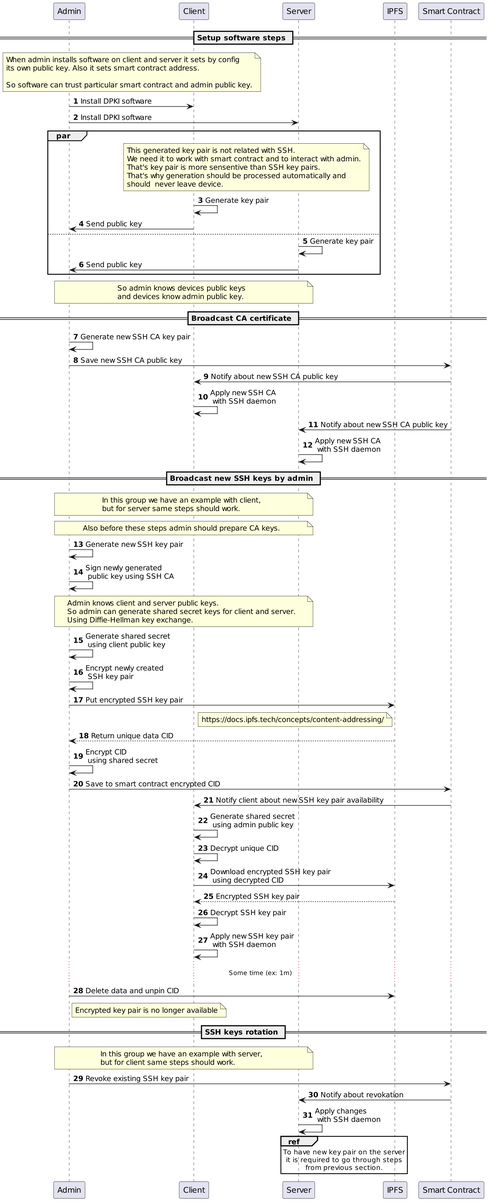
The PlantUML diagram docs/render/Flow.png in staex-io/dpki, before a commit. The source it was exported from:
```plantuml
@startuml Flow
skinparam dpi 175
autonumber

participant Admin as admin
participant Client as client
participant Server as server
participant IPFS as ipfs
participant "Smart Contract" as contract

== Setup software steps ==

note over admin,client
When admin installs software on client and server it sets by config
its own public key. Also it sets smart contract address.

So software can trust particular smart contract and admin public key.
end note
admin -> client: Install DPKI software
admin -> server: Install DPKI software

par
  note over client,server
  This generated key pair is not related with SSH.
  We need it to work with smart contract and to interact with admin.
  That's key pair is more sensentive than SSH key pairs.
  That's why generation should be processed automatically and
  should  never leave device.
  end note
  client -> client: Generate key pair
  client -> admin: Send public key
  else
  server -> server: Generate key pair
  server -> admin: Send public key
end

note over admin,server
So admin knows devices public keys
and devices know admin public key.
end note

== Broadcast CA certificate ==

admin -> admin: Generate new SSH CA key pair
admin -> contract: Save new SSH CA public key

contract -> client: Notify about new SSH CA public key
client -> client: Apply new SSH CA\n with SSH daemon

contract -> server: Notify about new SSH CA public key
server -> server: Apply new SSH CA\n with SSH daemon

== Broadcast new SSH keys by admin ==

note over admin,server
In this group we have an example with client,
but for server same steps should work.
end note

note over admin,server
Also before these steps admin should prepare CA keys.
end note

admin -> admin: Generate new SSH key pair
admin -> admin: Sign newly generated\n public key using SSH CA

note over admin,server
Admin knows client and server public keys.
So admin can generate shared secret keys for client and server.
Using Diffie-Hellman key exchange.
end note
admin -> admin: Generate shared secret\n using client public key

admin -> admin: Encrypt newly created\n SSH key pair
admin -> ipfs: Put encrypted SSH key pair
note left ipfs: https://docs.ipfs.tech/concepts/content-addressing/
ipfs --> admin: Return unique data CID
admin -> admin: Encrypt CID\n using shared secret

admin -> contract: Save to smart contract encrypted CID
contract -> client: Notify client about new SSH key pair availability

client -> client: Generate shared secret\n using admin public key
client -> client: Decrypt unique CID
client -> ipfs: Download encrypted SSH key pair\n using decrypted CID
ipfs --> client: Encrypted SSH key pair

client -> client: Decrypt SSH key pair
client -> client: Apply new SSH key pair\n with SSH daemon

... Some time (ex: 1m) ...

admin -> ipfs: Delete data and unpin CID
note right admin: Encrypted key pair is no longer available

== SSH keys rotation ==

note over admin,server
In this group we have an example with server,
but for client same steps should work.
end note

admin -> contract: Revoke existing SSH key pair
contract -> server: Notify about revokation
server -> server: Apply changes\n with SSH daemon

ref over server
To have new key pair on the server
it is required to go through steps
from previous section.
end

@enduml
```
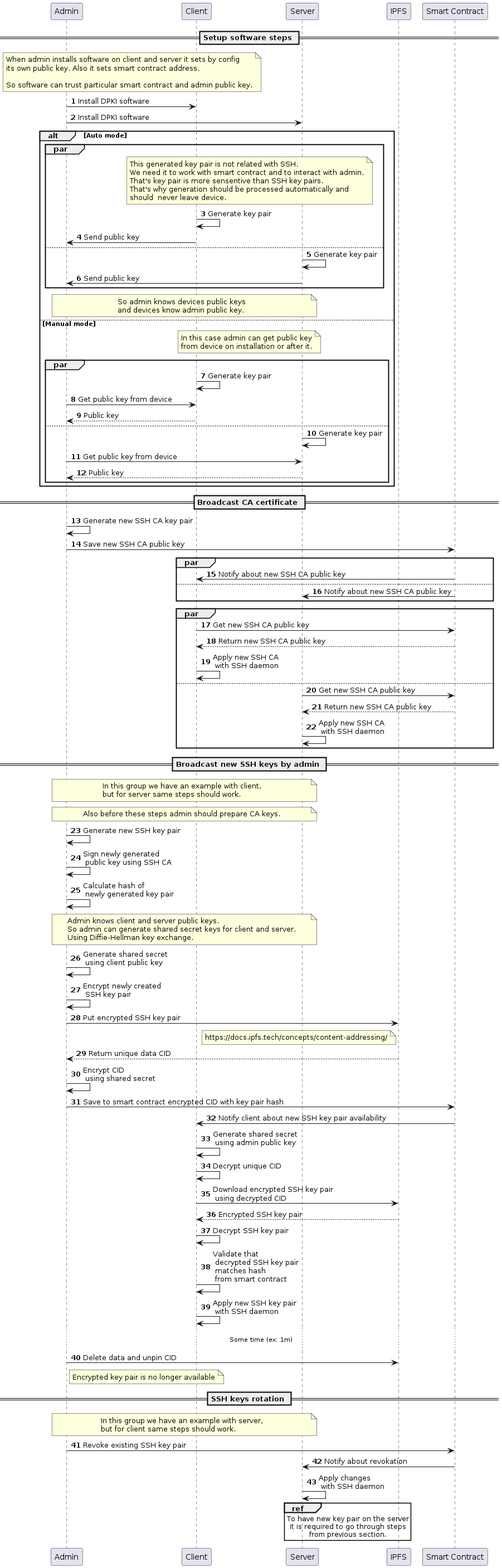
The same file after the commit.

Commit message:
Add hash logic to diagram and manual install

The edit, as a diff of the source:
```diff
@@ -1,5 +1,5 @@
 @startuml Flow
-skinparam dpi 175
+skinparam dpi 96
 autonumber
 
 participant Admin as admin
@@ -19,36 +19,62 @@
 admin -> client: Install DPKI software
 admin -> server: Install DPKI software
 
-par
+alt Auto mode
+  par
+    note over client,server
+    This generated key pair is not related with SSH.
+    We need it to work with smart contract and to interact with admin.
+    That's key pair is more sensentive than SSH key pairs.
+    That's why generation should be processed automatically and
+    should  never leave device.
+    end note
+    client -> client: Generate key pair
+    client -> admin: Send public key
+    else
+    server -> server: Generate key pair
+    server -> admin: Send public key
+  end
+
+  note over admin,server
+  So admin knows devices public keys
+  and devices know admin public key.
+  end note
+else Manual mode
   note over client,server
-  This generated key pair is not related with SSH.
-  We need it to work with smart contract and to interact with admin.
-  That's key pair is more sensentive than SSH key pairs.
-  That's why generation should be processed automatically and
-  should  never leave device.
+  In this case admin can get public key
+  from device on installation or after it.
   end note
-  client -> client: Generate key pair
-  client -> admin: Send public key
-  else
-  server -> server: Generate key pair
-  server -> admin: Send public key
+  par
+    client -> client: Generate key pair
+    admin -> client: Get public key from device
+    client --> admin: Public key
+    else
+    server -> server: Generate key pair
+    admin -> server: Get public key from device
+    server --> admin: Public key
+  end
 end
-
-note over admin,server
-So admin knows devices public keys
-and devices know admin public key.
-end note
 
 == Broadcast CA certificate ==
 
 admin -> admin: Generate new SSH CA key pair
 admin -> contract: Save new SSH CA public key
 
-contract -> client: Notify about new SSH CA public key
-client -> client: Apply new SSH CA\n with SSH daemon
+par
+  contract -> client: Notify about new SSH CA public key
+else
+  contract -> server: Notify about new SSH CA public key
+end
 
-contract -> server: Notify about new SSH CA public key
-server -> server: Apply new SSH CA\n with SSH daemon
+par
+  client -> contract: Get new SSH CA public key
+  contract --> client: Return new SSH CA public key
+  client -> client: Apply new SSH CA\n with SSH daemon
+else
+  server -> contract: Get new SSH CA public key
+  contract --> server: Return new SSH CA public key
+  server -> server: Apply new SSH CA\n with SSH daemon
+end
 
 == Broadcast new SSH keys by admin ==
 
@@ -63,6 +89,7 @@
 
 admin -> admin: Generate new SSH key pair
 admin -> admin: Sign newly generated\n public key using SSH CA
+admin -> admin: Calculate hash of\n newly generated key pair
 
 note over admin,server
 Admin knows client and server public keys.
@@ -77,7 +104,7 @@
 ipfs --> admin: Return unique data CID
 admin -> admin: Encrypt CID\n using shared secret
 
-admin -> contract: Save to smart contract encrypted CID
+admin -> contract: Save to smart contract encrypted CID with key pair hash
 contract -> client: Notify client about new SSH key pair availability
 
 client -> client: Generate shared secret\n using admin public key
@@ -86,6 +113,7 @@
 ipfs --> client: Encrypted SSH key pair
 
 client -> client: Decrypt SSH key pair
+client -> client: Validate that\n decrypted SSH key pair\n matches hash\n from smart contract
 client -> client: Apply new SSH key pair\n with SSH daemon
 
 ... Some time (ex: 1m) ...
```
